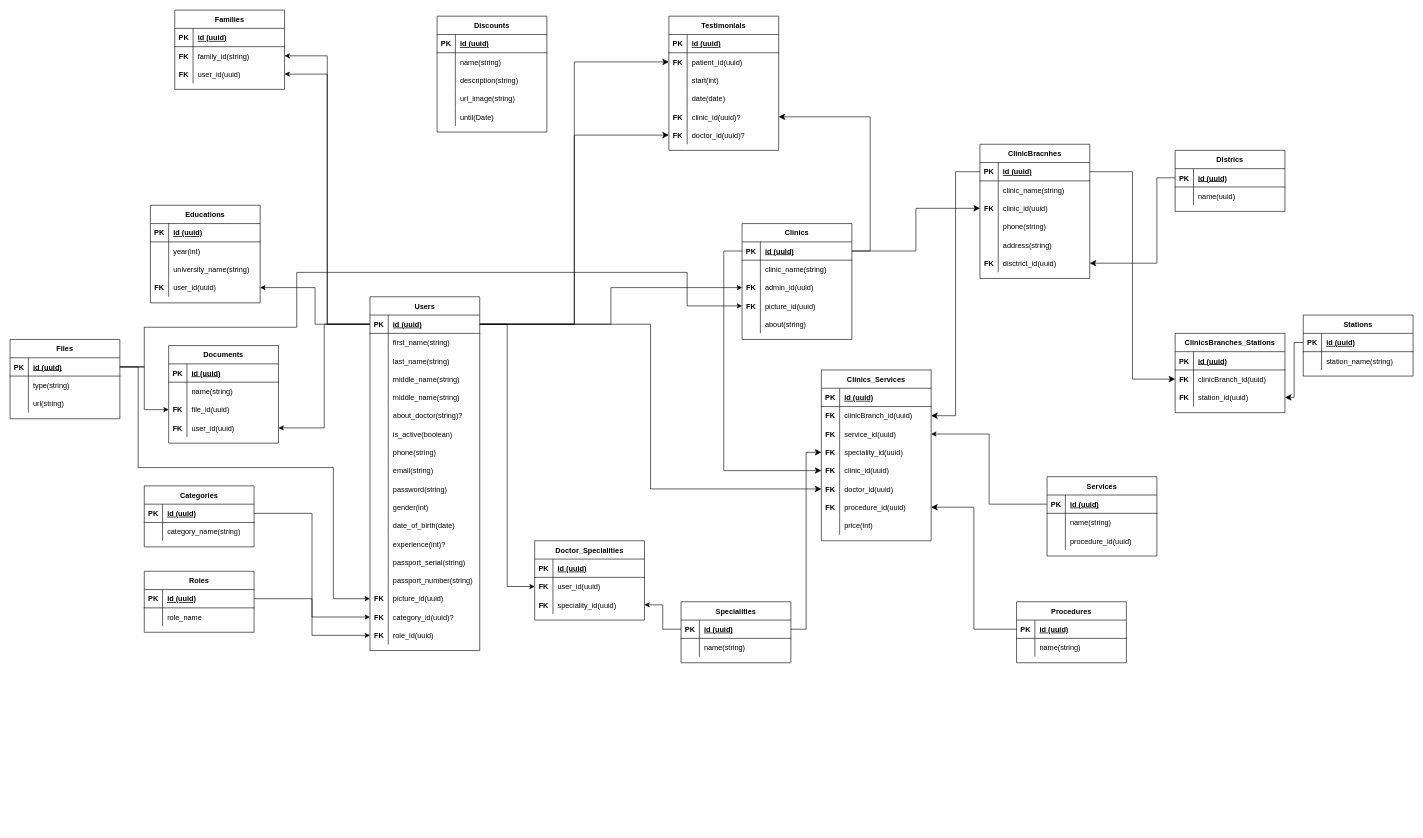
Before: Untitled Diagram.drawio in fao30/sector, a draw.io diagram. Source tidied: cells renumbered, new cells numbered last; positions are measured from the earlier drawing's top-left corner, leaving out a move shared by most shapes. Both pictures are drawn from the tidied source at 61%, with x=0, y=0 at pixel (10, 10).
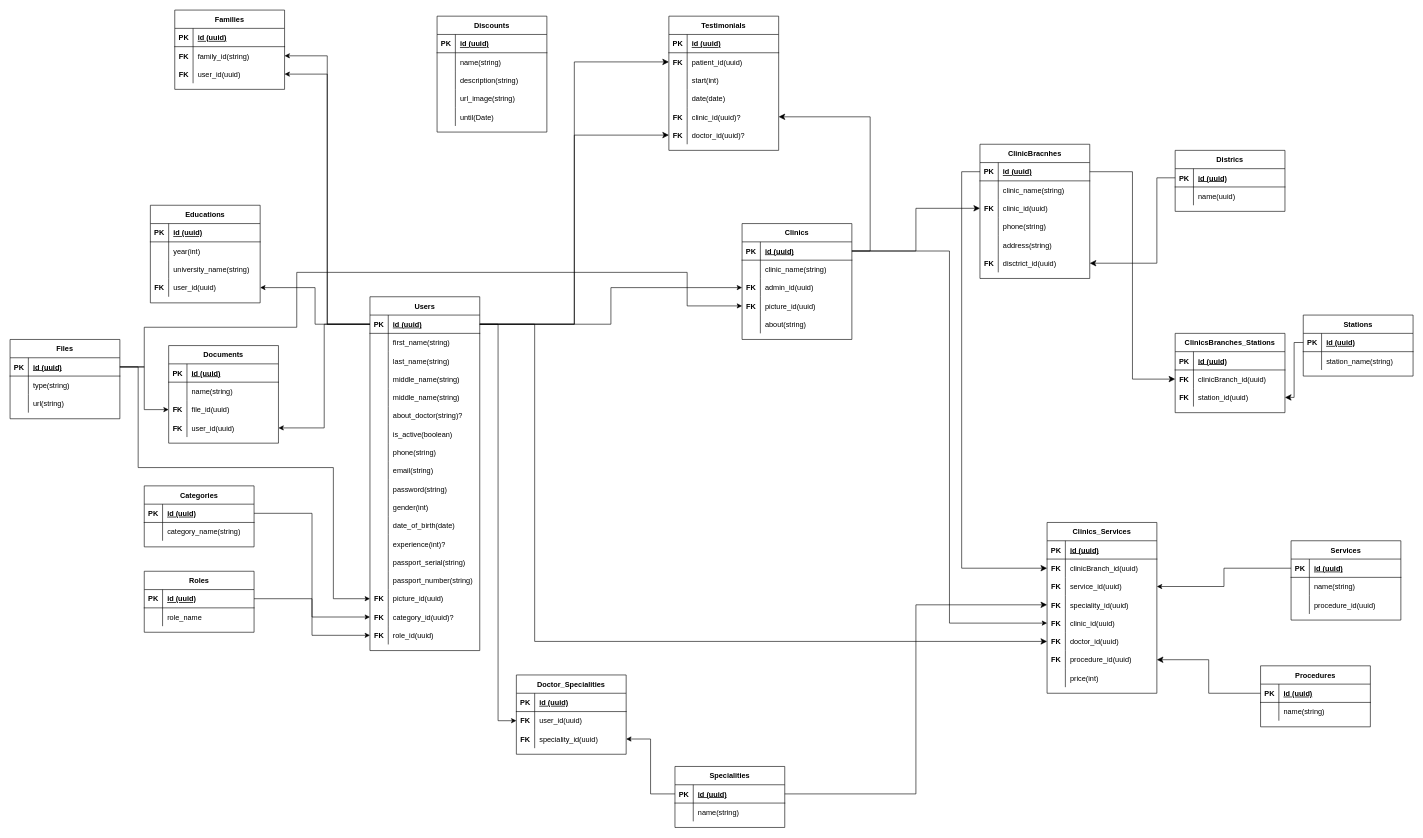
Above is the later version.

The change refers to these unchanged cells:
```xml
<mxCell id="3" style="shape=tableRow;horizontal=0;startSize=0;swimlaneHead=0;swimlaneBody=0;fillColor=none;points=[[0,0.5],[1,0.5]];portConstraint=eastwest;top=0;left=0;right=0;bottom=1;" parent="2" vertex="1">
  <mxGeometry y="30" width="180" height="30" as="geometry" />
</mxCell>
<mxCell id="65" style="shape=tableRow;horizontal=0;startSize=0;swimlaneHead=0;swimlaneBody=0;fillColor=none;points=[[0,0.5],[1,0.5]];portConstraint=eastwest;top=0;left=0;right=0;bottom=1;" parent="64" vertex="1">
  <mxGeometry y="30" width="180" height="30" as="geometry" />
</mxCell>
<mxCell id="98" style="shape=tableRow;horizontal=0;startSize=0;swimlaneHead=0;swimlaneBody=0;fillColor=none;points=[[0,0.5],[1,0.5]];portConstraint=eastwest;top=0;left=0;right=0;bottom=1;" parent="97" vertex="1">
  <mxGeometry y="30" width="180" height="30" as="geometry" />
</mxCell>
<mxCell id="206" style="shape=tableRow;horizontal=0;startSize=0;swimlaneHead=0;swimlaneBody=0;fillColor=none;points=[[0,0.5],[1,0.5]];portConstraint=eastwest;top=0;left=0;right=0;bottom=0;" parent="202" vertex="1">
  <mxGeometry y="60" width="180" height="30" as="geometry" />
</mxCell>
<mxCell id="215" style="shape=tableRow;horizontal=0;startSize=0;swimlaneHead=0;swimlaneBody=0;fillColor=none;points=[[0,0.5],[1,0.5]];portConstraint=eastwest;top=0;left=0;right=0;bottom=0;" parent="202" vertex="1">
  <mxGeometry y="150" width="180" height="30" as="geometry" />
</mxCell>
<mxCell id="218" style="shape=tableRow;horizontal=0;startSize=0;swimlaneHead=0;swimlaneBody=0;fillColor=none;points=[[0,0.5],[1,0.5]];portConstraint=eastwest;top=0;left=0;right=0;bottom=0;" parent="202" vertex="1">
  <mxGeometry y="180" width="180" height="30" as="geometry" />
</mxCell>
```

Change to the diagram source:
```diff
@@
     <mxCell id="166" value="Procedures" style="shape=table;startSize=30;childLayout=tableLayout;rowLines=0;fontStyle=1;align=center;" parent="1" vertex="1">
-      <mxGeometry x="1650" y="970" width="180" height="100" as="geometry" />
+      <mxGeometry x="2050" y="1075" width="180" height="100" as="geometry" />
     </mxCell>
@@
     <mxCell id="173" value="Specialities" style="shape=table;startSize=30;childLayout=tableLayout;rowLines=0;fontStyle=1;align=center;" parent="1" vertex="1">
-      <mxGeometry x="1100" y="970" width="180" height="100" as="geometry" />
+      <mxGeometry x="1090" y="1240" width="180" height="100" as="geometry" />
     </mxCell>
@@
     <mxCell id="180" value="Doctor_Specialities" style="shape=table;startSize=30;childLayout=tableLayout;rowLines=0;fontStyle=1;align=center;" parent="1" vertex="1">
-      <mxGeometry x="860" y="870" width="180" height="130" as="geometry" />
+      <mxGeometry x="830" y="1090" width="180" height="130" as="geometry" />
     </mxCell>
@@
     <mxCell id="192" value="Services" style="shape=table;startSize=30;childLayout=tableLayout;rowLines=0;fontStyle=1;align=center;" parent="1" vertex="1">
-      <mxGeometry x="1700" y="765" width="180" height="130" as="geometry" />
+      <mxGeometry x="2100" y="870" width="180" height="130" as="geometry" />
     </mxCell>
@@
     <mxCell id="202" value="Clinics_Services" style="shape=table;startSize=30;childLayout=tableLayout;rowLines=0;fontStyle=1;align=center;" parent="1" vertex="1">
-      <mxGeometry x="1330" y="590" width="180" height="280" as="geometry" />
+      <mxGeometry x="1700" y="840" width="180" height="280" as="geometry" />
     </mxCell>
@@
-    <mxCell id="237" style="edgeStyle=elbowEdgeStyle;endArrow=classic;html=1;rounded=0;endSize=8;startSize=8;fontSize=12;exitX=0;exitY=0.5;exitDx=0;exitDy=0;entryX=1;entryY=0.5;entryDx=0;entryDy=0;" parent="1" edge="1" source="98" target="206">
-      <mxGeometry relative="1" as="geometry" />
+    <mxCell id="237" style="edgeStyle=elbowEdgeStyle;endArrow=classic;html=1;rounded=0;endSize=8;startSize=8;fontSize=12;exitX=0;exitY=0.5;exitDx=0;exitDy=0;entryX=0;entryY=0.5;entryDx=0;entryDy=0;" parent="1" edge="1" source="98" target="206">
+      <mxGeometry relative="1" as="geometry">
+        <Array as="points">
+          <mxPoint x="1560" y="490" />
+          <mxPoint x="1620" y="630" />
+        </Array>
+      </mxGeometry>
     </mxCell>
@@
-    <mxCell id="255" style="edgeStyle=elbowEdgeStyle;rounded=0;jettySize=auto;html=1;exitX=0;exitY=0.5;exitDx=0;exitDy=0;entryX=0;entryY=0.5;entryDx=0;entryDy=0;fontSize=12;startSize=8;endSize=8;" parent="1" edge="1" source="65" target="215">
-      <mxGeometry relative="1" as="geometry">
-        <Array as="points">
-          <mxPoint x="1170" y="580" />
-        </Array>
-      </mxGeometry>
-    </mxCell>
     <mxCell id="256" style="edgeStyle=elbowEdgeStyle;rounded=0;jettySize=auto;html=1;exitX=1;exitY=0.5;exitDx=0;exitDy=0;entryX=0;entryY=0.5;entryDx=0;entryDy=0;fontSize=12;startSize=8;endSize=8;" parent="1" edge="1" source="3" target="218">
-      <mxGeometry relative="1" as="geometry" />
+      <mxGeometry relative="1" as="geometry">
+        <Array as="points">
+          <mxPoint x="860" y="760" />
+        </Array>
+      </mxGeometry>
     </mxCell>
@@
+    <mxCell id="255" style="edgeStyle=orthogonalEdgeStyle;rounded=0;jettySize=auto;html=1;exitX=1;exitY=0.5;exitDx=0;exitDy=0;entryX=0;entryY=0.5;entryDx=0;entryDy=0;" parent="1" edge="1" source="65" target="215">
+      <mxGeometry relative="1" as="geometry" />
+    </mxCell>
```
